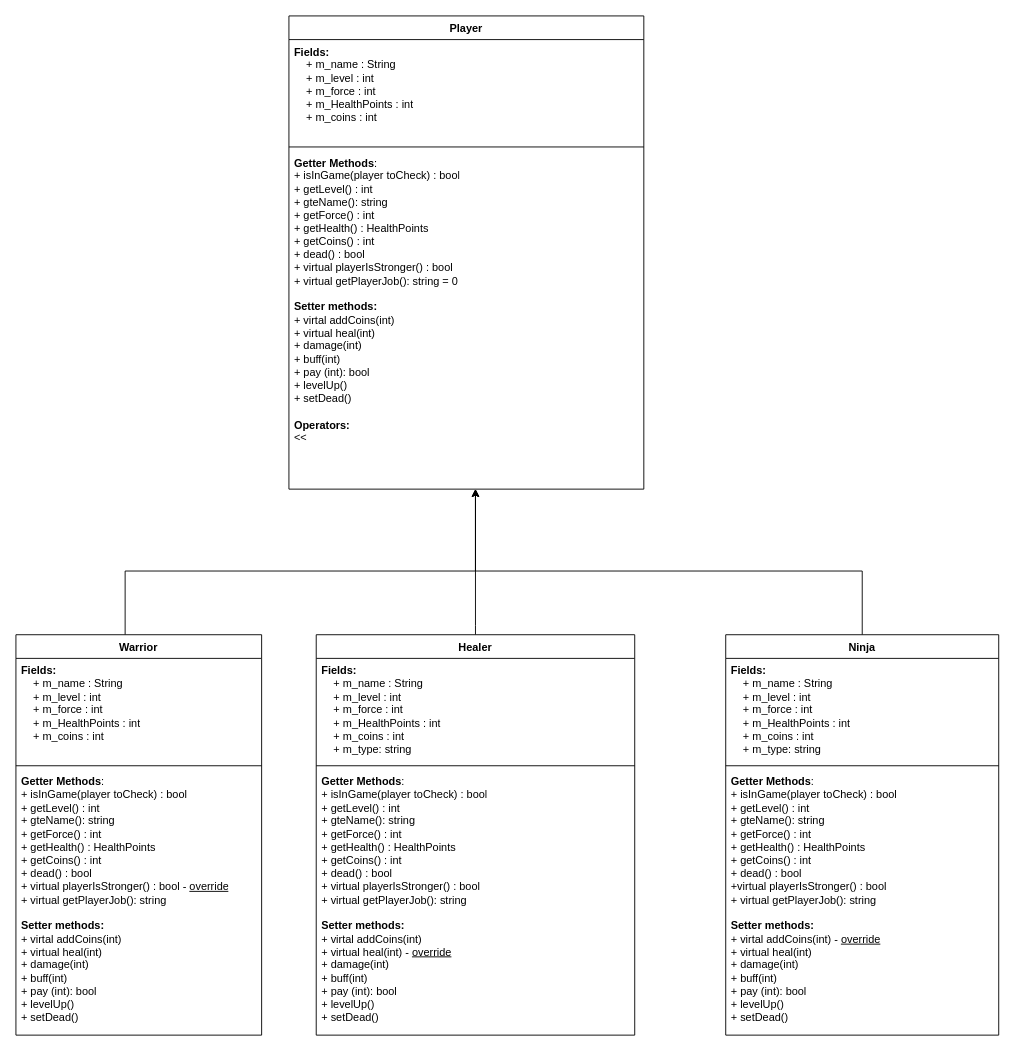
This is page "Player" (2 of 3) of UML.drawio from ayals99/ex4_matam, a draw.io file, before an edit. Source tidied: cells renumbered, new cells numbered last; positions are measured from the earlier drawing's top-left corner, leaving out a move shared by most shapes. Both pictures are drawn from the tidied source at 91%, with x=0, y=0 at pixel (15, 15).
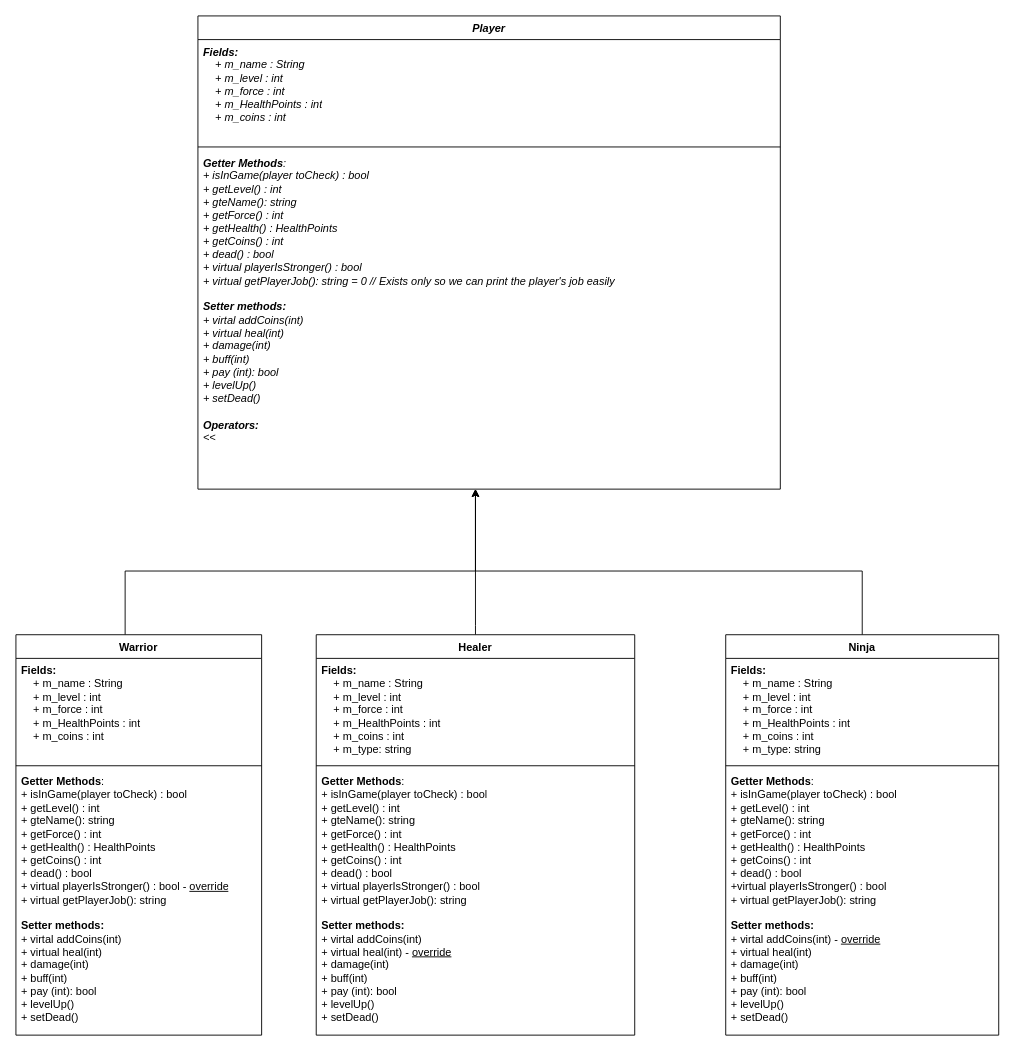
The same page after the edit.

What changed in the source:
```diff
@@
-    <mxCell id="2" value="Player" style="swimlane;fontStyle=1;align=center;verticalAlign=top;horizontal=1;startSize=26;whiteSpace=wrap;html=1;" parent="1" vertex="1">
-      <mxGeometry x="300" width="390" height="520" as="geometry" />
+    <mxCell id="2" value="&lt;i&gt;Player&lt;/i&gt;" style="swimlane;fontStyle=1;align=center;verticalAlign=top;horizontal=1;startSize=26;whiteSpace=wrap;html=1;" parent="1" vertex="1">
+      <mxGeometry x="200" width="640" height="520" as="geometry" />
     </mxCell>
-    <mxCell id="3" value="&lt;b&gt;Fields:&lt;/b&gt;&lt;br&gt;&lt;span style=&quot;&quot;&gt;&lt;span style=&quot;white-space: pre;&quot;&gt;&amp;nbsp;&amp;nbsp;&amp;nbsp;&amp;nbsp;&lt;/span&gt;&lt;/span&gt;+ m_name : String&lt;br style=&quot;border-color: var(--border-color);&quot;&gt;&lt;span style=&quot;&quot;&gt;&lt;span style=&quot;white-space: pre;&quot;&gt;&amp;nbsp;&amp;nbsp;&amp;nbsp;&amp;nbsp;&lt;/span&gt;&lt;/span&gt;+ m_level : int&lt;br style=&quot;border-color: var(--border-color);&quot;&gt;&lt;span style=&quot;&quot;&gt;&lt;span style=&quot;white-space: pre;&quot;&gt;&amp;nbsp;&amp;nbsp;&amp;nbsp;&amp;nbsp;&lt;/span&gt;&lt;/span&gt;+ m_force : int&lt;br style=&quot;border-color: var(--border-color);&quot;&gt;&lt;span style=&quot;&quot;&gt;&lt;span style=&quot;white-space: pre;&quot;&gt;&amp;nbsp;&amp;nbsp;&amp;nbsp;&amp;nbsp;&lt;/span&gt;&lt;/span&gt;+ m_HealthPoints : int&lt;br style=&quot;border-color: var(--border-color);&quot;&gt;&lt;span style=&quot;&quot;&gt;&lt;span style=&quot;white-space: pre;&quot;&gt;&amp;nbsp;&amp;nbsp;&amp;nbsp;&amp;nbsp;&lt;/span&gt;&lt;/span&gt;+ m_coins : int&amp;nbsp;&lt;br&gt;" style="text;strokeColor=none;fillColor=none;align=left;verticalAlign=top;spacingLeft=4;spacingRight=4;overflow=hidden;whiteSpace=wrap;html=1;" parent="2" vertex="1">
-      <mxGeometry y="26" width="390" height="114" as="geometry" />
+    <mxCell id="3" value="&lt;i&gt;&lt;b&gt;Fields:&lt;/b&gt;&lt;br&gt;&lt;span style=&quot;&quot;&gt;&lt;span style=&quot;white-space: pre;&quot;&gt;&amp;nbsp;&amp;nbsp;&amp;nbsp;&amp;nbsp;&lt;/span&gt;&lt;/span&gt;+ m_name : String&lt;br style=&quot;border-color: var(--border-color);&quot;&gt;&lt;span style=&quot;&quot;&gt;&lt;span style=&quot;white-space: pre;&quot;&gt;&amp;nbsp;&amp;nbsp;&amp;nbsp;&amp;nbsp;&lt;/span&gt;&lt;/span&gt;+ m_level : int&lt;br style=&quot;border-color: var(--border-color);&quot;&gt;&lt;span style=&quot;&quot;&gt;&lt;span style=&quot;white-space: pre;&quot;&gt;&amp;nbsp;&amp;nbsp;&amp;nbsp;&amp;nbsp;&lt;/span&gt;&lt;/span&gt;+ m_force : int&lt;br style=&quot;border-color: var(--border-color);&quot;&gt;&lt;span style=&quot;&quot;&gt;&lt;span style=&quot;white-space: pre;&quot;&gt;&amp;nbsp;&amp;nbsp;&amp;nbsp;&amp;nbsp;&lt;/span&gt;&lt;/span&gt;+ m_HealthPoints : int&lt;br style=&quot;border-color: var(--border-color);&quot;&gt;&lt;span style=&quot;&quot;&gt;&lt;span style=&quot;white-space: pre;&quot;&gt;&amp;nbsp;&amp;nbsp;&amp;nbsp;&amp;nbsp;&lt;/span&gt;&lt;/span&gt;+ m_coins : int&amp;nbsp;&lt;/i&gt;" style="text;strokeColor=none;fillColor=none;align=left;verticalAlign=top;spacingLeft=4;spacingRight=4;overflow=hidden;whiteSpace=wrap;html=1;" parent="2" vertex="1">
+      <mxGeometry y="26" width="640" height="114" as="geometry" />
     </mxCell>
     <mxCell id="4" style="line;strokeWidth=1;fillColor=none;align=left;verticalAlign=middle;spacingTop=-1;spacingLeft=3;spacingRight=3;labelPosition=right;strokeColor=inherit;" parent="2" vertex="1">
-      <mxGeometry y="140" width="390" height="8" as="geometry" />
+      <mxGeometry y="140" width="640" height="8" as="geometry" />
     </mxCell>
-    <mxCell id="5" value="&lt;b&gt;Getter Methods&lt;/b&gt;:&lt;br&gt;+&amp;nbsp;isInGame&lt;span style=&quot;background-color: initial;&quot;&gt;(player toCheck) : bool&lt;/span&gt;&lt;br&gt;+&amp;nbsp;getLevel() : int&lt;br&gt;+ gteName(): string&lt;br&gt;+&amp;nbsp;getForce() : int&lt;br&gt;+&amp;nbsp;getHealth() : HealthPoints&lt;br&gt;+&amp;nbsp;getCoins() : int&lt;br&gt;+&amp;nbsp;dead() : bool&lt;br&gt;+ virtual playerIsStronger() : bool&lt;br&gt;+ virtual getPlayerJob(): string = 0&lt;br&gt;&lt;br&gt;&lt;b&gt;Setter methods:&lt;br&gt;&lt;/b&gt;+ virtal addCoins(int)&lt;br&gt;+ virtual heal(int)&lt;br&gt;+ damage(int)&lt;br&gt;+ buff(int)&lt;br&gt;+ pay (int): bool&lt;br&gt;+ levelUp()&lt;br&gt;+ setDead()&lt;br&gt;&lt;br&gt;&lt;b&gt;Operators:&lt;br&gt;&lt;/b&gt;&amp;lt;&amp;lt;" style="text;strokeColor=none;fillColor=none;align=left;verticalAlign=top;spacingLeft=4;spacingRight=4;overflow=hidden;whiteSpace=wrap;html=1;" parent="2" vertex="1">
-      <mxGeometry y="148" width="390" height="372" as="geometry" />
+    <mxCell id="5" value="&lt;i&gt;&lt;b&gt;Getter Methods&lt;/b&gt;:&lt;br&gt;+&amp;nbsp;isInGame&lt;span style=&quot;background-color: initial;&quot;&gt;(player toCheck) : bool&lt;/span&gt;&lt;br&gt;+&amp;nbsp;getLevel() : int&lt;br&gt;+ gteName(): string&lt;br&gt;+&amp;nbsp;getForce() : int&lt;br&gt;+&amp;nbsp;getHealth() : HealthPoints&lt;br&gt;+&amp;nbsp;getCoins() : int&lt;br&gt;+&amp;nbsp;dead() : bool&lt;br&gt;+ virtual playerIsStronger() : bool&lt;br&gt;+ virtual getPlayerJob(): string = 0 // Exists only so we can print the player's job easily&lt;br&gt;&lt;br&gt;&lt;b&gt;Setter methods:&lt;br&gt;&lt;/b&gt;+ virtal addCoins(int)&lt;br&gt;+ virtual heal(int)&lt;br&gt;+ damage(int)&lt;br&gt;+ buff(int)&lt;br&gt;+ pay (int): bool&lt;br&gt;+ levelUp()&lt;br&gt;+ setDead()&lt;br&gt;&lt;br&gt;&lt;b&gt;Operators:&lt;br&gt;&lt;/b&gt;&amp;lt;&amp;lt;&lt;/i&gt;" style="text;strokeColor=none;fillColor=none;align=left;verticalAlign=top;spacingLeft=4;spacingRight=4;overflow=hidden;whiteSpace=wrap;html=1;" parent="2" vertex="1">
+      <mxGeometry y="148" width="640" height="372" as="geometry" />
     </mxCell>
```
